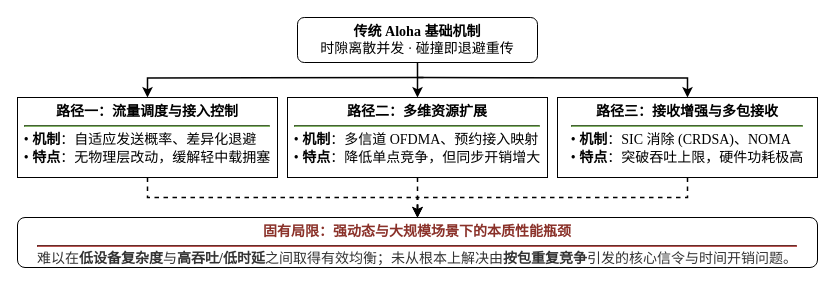
This is page "Aloha类随机接入协议研究技术脉络" (5 of 13) of drawio流程框图.drawio from Aworrier/zzzwl-big_paper, a draw.io file, before an edit. Source tidied: cells renumbered, new cells numbered last; positions are measured from the earlier drawing's top-left corner, leaving out a move shared by most shapes. Both pictures are drawn from the tidied source at 100%, with x=0, y=0 at pixel (17, 17).
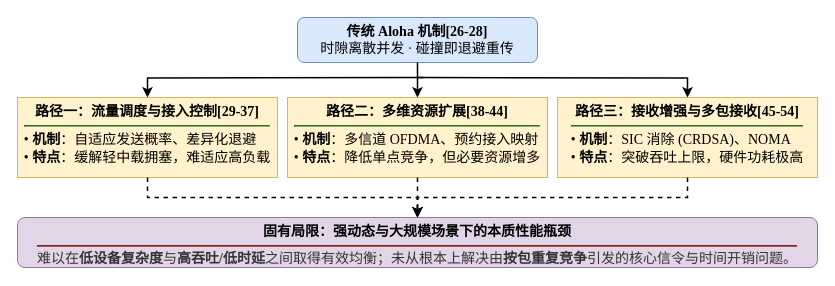
After the change.

Change to the diagram source:
```diff
@@
 <mxGraphModel>
   <root>
     <mxCell id="0" />
     <mxCell id="1" parent="0" />
     <mxCell id="2" style="group;" parent="1" vertex="1">
       <mxGeometry width="800" height="250" as="geometry" />
     </mxCell>
-    <mxCell id="3" value="&lt;b&gt;传统 Aloha 基础机制&lt;/b&gt;&lt;br&gt;&lt;span&gt;时隙离散并发 · 碰撞即退避重传&lt;/span&gt;" style="rounded=1;whiteSpace=wrap;html=1;align=center;fontFamily=Times New Roman, SimSun;labelBackgroundColor=none;fontSize=14;" parent="2" vertex="1">
+    <mxCell id="3" value="&lt;b&gt;传统 Aloha 机制[26-28]&lt;/b&gt;&lt;br&gt;&lt;span&gt;时隙离散并发 · 碰撞即退避重传&lt;/span&gt;" style="rounded=1;whiteSpace=wrap;html=1;align=center;fontFamily=Times New Roman, SimSun;labelBackgroundColor=none;fontSize=14;fillColor=#dae8fc;strokeColor=#6c8ebf;" parent="2" vertex="1">
       <mxGeometry x="280" width="240" height="45" as="geometry" />
     </mxCell>
-    <mxCell id="4" value="&lt;b&gt;路径一：流量调度与接入控制&lt;/b&gt;&lt;hr style=&quot;border-color:#82b366;margin:4px 0;&quot;&gt;&lt;div style=&quot;text-align: left; line-height: 1.3;&quot;&gt;• &lt;b&gt;机制&lt;/b&gt;：自适应发送概率、差异化退避&lt;br&gt;• &lt;b&gt;特点&lt;/b&gt;：无物理层改动，缓解轻中载拥塞&lt;/div&gt;" style="rounded=0;whiteSpace=wrap;html=1;align=center;verticalAlign=top;paddingTop=6;paddingLeft=8;paddingRight=8;fontFamily=Times New Roman, SimSun;labelBackgroundColor=none;fontSize=14;" parent="2" vertex="1">
+    <mxCell id="4" value="&lt;b&gt;路径一：流量调度与接入控制[29-37]&lt;/b&gt;&lt;hr style=&quot;border-color:#82b366;margin:4px 0;&quot;&gt;&lt;div style=&quot;text-align: left; line-height: 1.3;&quot;&gt;• &lt;b&gt;机制&lt;/b&gt;：自适应发送概率、差异化退避&lt;br&gt;• &lt;b&gt;特点&lt;/b&gt;：缓解轻中载拥塞，难适应高负载&lt;/div&gt;" style="rounded=0;whiteSpace=wrap;html=1;align=center;verticalAlign=top;paddingTop=6;paddingLeft=8;paddingRight=8;fontFamily=Times New Roman, SimSun;labelBackgroundColor=none;fontSize=14;fillColor=#fff2cc;strokeColor=#d6b656;" parent="2" vertex="1">
       <mxGeometry y="80" width="260" height="80" as="geometry" />
     </mxCell>
-    <mxCell id="5" value="&lt;b&gt;路径二：多维资源扩展&lt;/b&gt;&lt;hr style=&quot;border-color:#82b366;margin:4px 0;&quot;&gt;&lt;div style=&quot;text-align: left; line-height: 1.3;&quot;&gt;• &lt;b&gt;机制&lt;/b&gt;：多信道 OFDMA、预约接入映射&lt;br&gt;• &lt;b&gt;特点&lt;/b&gt;：降低单点竞争，但同步开销增大&lt;/div&gt;" style="rounded=0;whiteSpace=wrap;html=1;align=center;verticalAlign=top;paddingTop=6;paddingLeft=8;paddingRight=8;fontFamily=Times New Roman, SimSun;labelBackgroundColor=none;fontSize=14;" parent="2" vertex="1">
+    <mxCell id="5" value="&lt;b&gt;路径二：多维资源扩展[38-44]&lt;/b&gt;&lt;hr style=&quot;border-color:#82b366;margin:4px 0;&quot;&gt;&lt;div style=&quot;text-align: left; line-height: 1.3;&quot;&gt;• &lt;b&gt;机制&lt;/b&gt;：多信道 OFDMA、预约接入映射&lt;br&gt;• &lt;b&gt;特点&lt;/b&gt;：降低单点竞争，但必要资源增多&lt;/div&gt;" style="rounded=0;whiteSpace=wrap;html=1;align=center;verticalAlign=top;paddingTop=6;paddingLeft=8;paddingRight=8;fontFamily=Times New Roman, SimSun;labelBackgroundColor=none;fontSize=14;fillColor=#fff2cc;strokeColor=#d6b656;" parent="2" vertex="1">
       <mxGeometry x="270" y="80" width="260" height="80" as="geometry" />
     </mxCell>
-    <mxCell id="6" value="&lt;b&gt;路径三：接收增强与多包接收&lt;/b&gt;&lt;hr style=&quot;border-color:#82b366;margin:4px 0;&quot;&gt;&lt;div style=&quot;text-align: left; line-height: 1.3;&quot;&gt;• &lt;b&gt;机制&lt;/b&gt;：SIC 消除 (CRDSA)、NOMA&lt;br&gt;• &lt;b&gt;特点&lt;/b&gt;：突破吞吐上限，硬件功耗极高&lt;/div&gt;" style="rounded=0;whiteSpace=wrap;html=1;align=center;verticalAlign=top;paddingTop=6;paddingLeft=8;paddingRight=8;fontFamily=Times New Roman, SimSun;labelBackgroundColor=none;fontSize=14;" parent="2" vertex="1">
+    <mxCell id="6" value="&lt;b&gt;路径三：接收增强与多包接收[45-54]&lt;/b&gt;&lt;hr style=&quot;border-color:#82b366;margin:4px 0;&quot;&gt;&lt;div style=&quot;text-align: left; line-height: 1.3;&quot;&gt;• &lt;b&gt;机制&lt;/b&gt;：SIC 消除 (CRDSA)、NOMA&lt;br&gt;• &lt;b&gt;特点&lt;/b&gt;：突破吞吐上限，硬件功耗极高&lt;/div&gt;" style="rounded=0;whiteSpace=wrap;html=1;align=center;verticalAlign=top;paddingTop=6;paddingLeft=8;paddingRight=8;fontFamily=Times New Roman, SimSun;labelBackgroundColor=none;fontSize=14;fillColor=#fff2cc;strokeColor=#d6b656;" parent="2" vertex="1">
       <mxGeometry x="540" y="80" width="260" height="80" as="geometry" />
     </mxCell>
-    <mxCell id="7" value="&lt;b style=&quot;color: rgb(138, 49, 41);&quot;&gt;固有局限：强动态与大规模场景下的本质性能瓶颈&lt;/b&gt;&lt;hr style=&quot;border-color:#b85450;margin:4px 0;&quot;&gt;&lt;div style=&quot;text-align: center; color: rgb(51, 51, 51);&quot;&gt;难以在&lt;b&gt;低设备复杂度&lt;/b&gt;与&lt;b&gt;高吞吐/低时延&lt;/b&gt;之间取得有效均衡；未从根本上解决由&lt;b&gt;按包重复竞争&lt;/b&gt;引发的核心信令与时间开销问题。&lt;/div&gt;" style="rounded=1;whiteSpace=wrap;html=1;align=center;verticalAlign=top;paddingTop=6;fontFamily=Times New Roman, SimSun;labelBackgroundColor=none;fontSize=14;" parent="2" vertex="1">
+    <mxCell id="7" value="&lt;b&gt;&lt;font&gt;固有局限：强动态与大规模场景下的本质性能瓶颈&lt;/font&gt;&lt;/b&gt;&lt;hr style=&quot;border-color:#b85450;margin:4px 0;&quot;&gt;&lt;div style=&quot;text-align: center; color: rgb(51, 51, 51);&quot;&gt;难以在&lt;b&gt;低设备复杂度&lt;/b&gt;与&lt;b&gt;高吞吐/低时延&lt;/b&gt;之间取得有效均衡；未从根本上解决由&lt;b&gt;按包重复竞争&lt;/b&gt;引发的核心信令与时间开销问题。&lt;/div&gt;" style="rounded=1;whiteSpace=wrap;html=1;align=center;verticalAlign=top;paddingTop=6;fontFamily=Times New Roman, SimSun;labelBackgroundColor=none;fontSize=14;fillColor=#e1d5e7;strokeColor=#9673a6;" parent="2" vertex="1">
       <mxGeometry y="200" width="800" height="50" as="geometry" />
     </mxCell>
     <mxCell id="8" style="edgeStyle=orthogonalEdgeStyle;rounded=0;strokeWidth=1.5;labelBackgroundColor=none;fontColor=default;fontSize=14;entryX=0.5;entryY=0;entryDx=0;entryDy=0;" parent="2" edge="1" target="4">
       <mxGeometry relative="1" as="geometry">
         <mxPoint x="406" y="60" as="sourcePoint" />
       </mxGeometry>
     </mxCell>
     <mxCell id="9" style="edgeStyle=orthogonalEdgeStyle;rounded=0;strokeWidth=1.5;labelBackgroundColor=none;fontColor=default;fontSize=14;" parent="2" edge="1" source="3" target="5">
       <mxGeometry relative="1" as="geometry" />
     </mxCell>
     <mxCell id="10" style="edgeStyle=orthogonalEdgeStyle;rounded=0;strokeWidth=1.5;labelBackgroundColor=none;fontColor=default;fontSize=14;entryX=0.5;entryY=0;entryDx=0;entryDy=0;" parent="2" edge="1" target="6">
       <mxGeometry relative="1" as="geometry">
         <mxPoint x="400" y="60" as="sourcePoint" />
       </mxGeometry>
     </mxCell>
     <mxCell id="11" style="edgeStyle=orthogonalEdgeStyle;rounded=0;strokeWidth=1.5;dashed=1;labelBackgroundColor=none;fontColor=default;fontSize=14;" parent="2" edge="1" source="4" target="7">
       <mxGeometry relative="1" as="geometry" />
     </mxCell>
     <mxCell id="12" style="edgeStyle=orthogonalEdgeStyle;rounded=0;strokeWidth=1.5;dashed=1;labelBackgroundColor=none;fontColor=default;fontSize=14;" parent="2" edge="1" source="5" target="7">
       <mxGeometry relative="1" as="geometry" />
     </mxCell>
     <mxCell id="13" style="edgeStyle=orthogonalEdgeStyle;rounded=0;strokeWidth=1.5;dashed=1;labelBackgroundColor=none;fontColor=default;fontSize=14;" parent="2" edge="1" source="6" target="7">
       <mxGeometry relative="1" as="geometry" />
     </mxCell>
   </root>
 </mxGraphModel>
```
